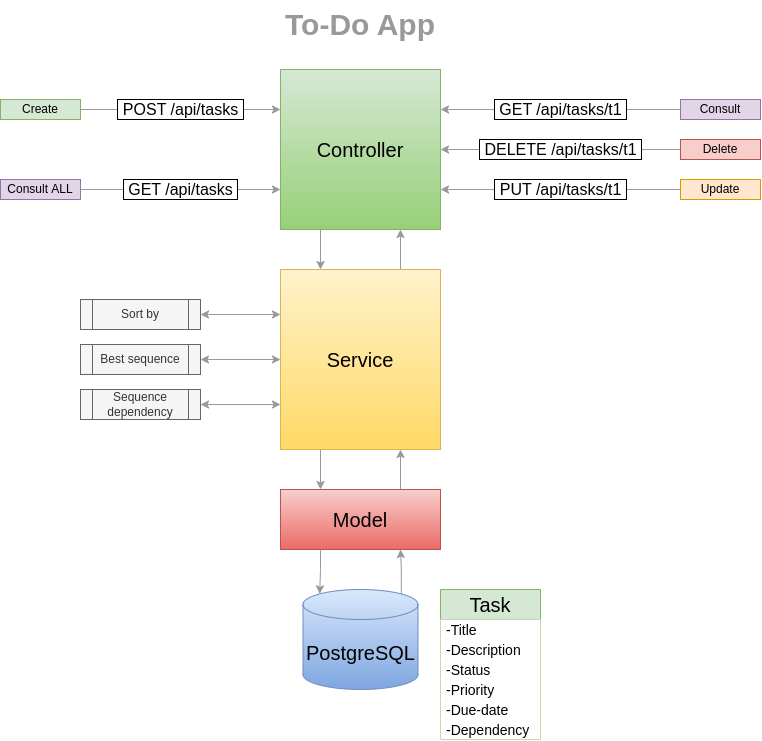
mSimon12/to-do-app keeps this draw.io diagram as api/architecture/arch.png. Above is the earlier version. Source tidied: cells renumbered, new cells last; positions are measured from the earlier drawing's top-left corner, leaving out a move shared by most shapes.
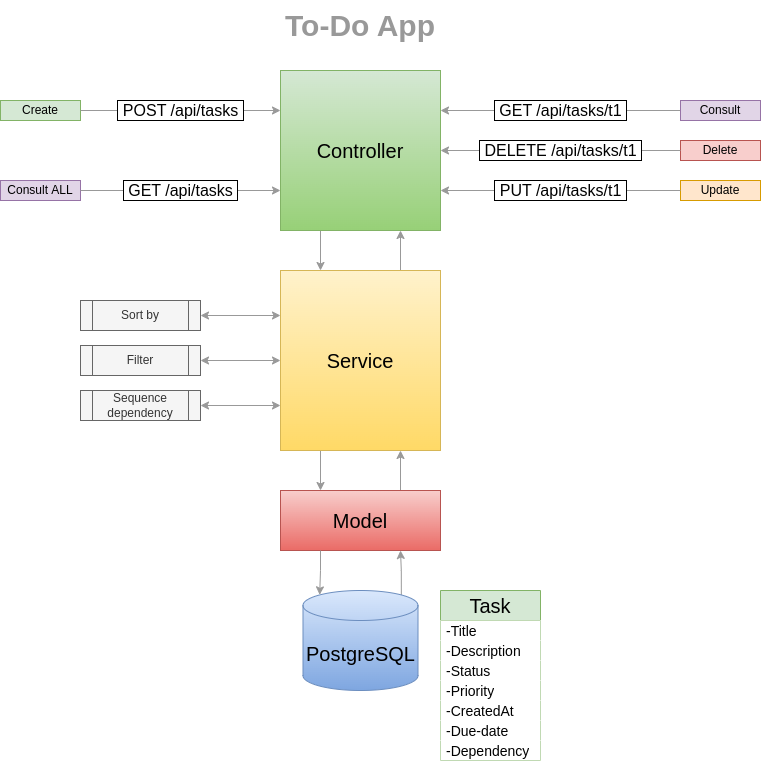
The same diagram one commit later.

Diff of the diagram source:
```diff
@@ -6,7 +6,7 @@
       <mxGeometry x="245" width="230" height="50" as="geometry" />
     </mxCell>
     <mxCell id="3" value="Task" style="swimlane;fontStyle=0;horizontal=1;startSize=30;whiteSpace=wrap;html=1;fontSize=20;fillColor=#d5e8d4;strokeColor=#82b366;" parent="1" vertex="1">
-      <mxGeometry x="440" y="590" width="100" height="150" as="geometry" />
+      <mxGeometry x="440" y="590" width="100" height="170" as="geometry" />
     </mxCell>
     <mxCell id="4" value="-Title" style="text;align=left;verticalAlign=middle;spacingLeft=4;spacingRight=4;overflow=hidden;whiteSpace=wrap;html=1;fontSize=14;labelBackgroundColor=none;fillColor=default;" parent="3" vertex="1">
       <mxGeometry y="30" width="100" height="20" as="geometry" />
@@ -20,11 +20,14 @@
     <mxCell id="7" value="-Priority" style="text;align=left;verticalAlign=middle;spacingLeft=4;spacingRight=4;overflow=hidden;whiteSpace=wrap;html=1;fontSize=14;fillColor=default;" parent="3" vertex="1">
       <mxGeometry y="90" width="100" height="20" as="geometry" />
     </mxCell>
+    <mxCell id="36" value="-CreatedAt" style="text;align=left;verticalAlign=middle;spacingLeft=4;spacingRight=4;overflow=hidden;whiteSpace=wrap;html=1;fontSize=14;fillColor=default;" parent="3" vertex="1">
+      <mxGeometry y="110" width="100" height="20" as="geometry" />
+    </mxCell>
     <mxCell id="8" value="-Due-date" style="text;align=left;verticalAlign=middle;spacingLeft=4;spacingRight=4;overflow=hidden;whiteSpace=wrap;html=1;fontSize=14;fillColor=default;" parent="3" vertex="1">
-      <mxGeometry y="110" width="100" height="20" as="geometry" />
+      <mxGeometry y="130" width="100" height="20" as="geometry" />
     </mxCell>
     <mxCell id="9" value="-Dependency" style="text;align=left;verticalAlign=middle;spacingLeft=4;spacingRight=4;overflow=hidden;whiteSpace=wrap;html=1;fontSize=14;fillColor=default;" parent="3" vertex="1">
-      <mxGeometry y="130" width="100" height="20" as="geometry" />
+      <mxGeometry y="150" width="100" height="20" as="geometry" />
     </mxCell>
     <mxCell id="10" value="Create" style="rounded=0;whiteSpace=wrap;html=1;fillColor=#d5e8d4;strokeColor=#82b366;" parent="1" vertex="1">
       <mxGeometry y="100" width="80" height="20" as="geometry" />
@@ -41,7 +44,7 @@
     <mxCell id="14" value="Sort by" style="shape=process;whiteSpace=wrap;html=1;backgroundOutline=1;fillColor=#f5f5f5;strokeColor=#666666;fontColor=#333333;" parent="1" vertex="1">
       <mxGeometry x="80" y="300" width="120" height="30" as="geometry" />
     </mxCell>
-    <mxCell id="15" value="Best sequence" style="shape=process;whiteSpace=wrap;html=1;backgroundOutline=1;fillColor=#f5f5f5;fontColor=#333333;strokeColor=#666666;" parent="1" vertex="1">
+    <mxCell id="15" value="Filter" style="shape=process;whiteSpace=wrap;html=1;backgroundOutline=1;fillColor=#f5f5f5;fontColor=#333333;strokeColor=#666666;" parent="1" vertex="1">
       <mxGeometry x="80" y="345" width="120" height="30" as="geometry" />
     </mxCell>
     <mxCell id="16" value="Sequence dependency" style="shape=process;whiteSpace=wrap;html=1;backgroundOutline=1;fillColor=#f5f5f5;fontColor=#333333;strokeColor=#666666;" parent="1" vertex="1">
```
